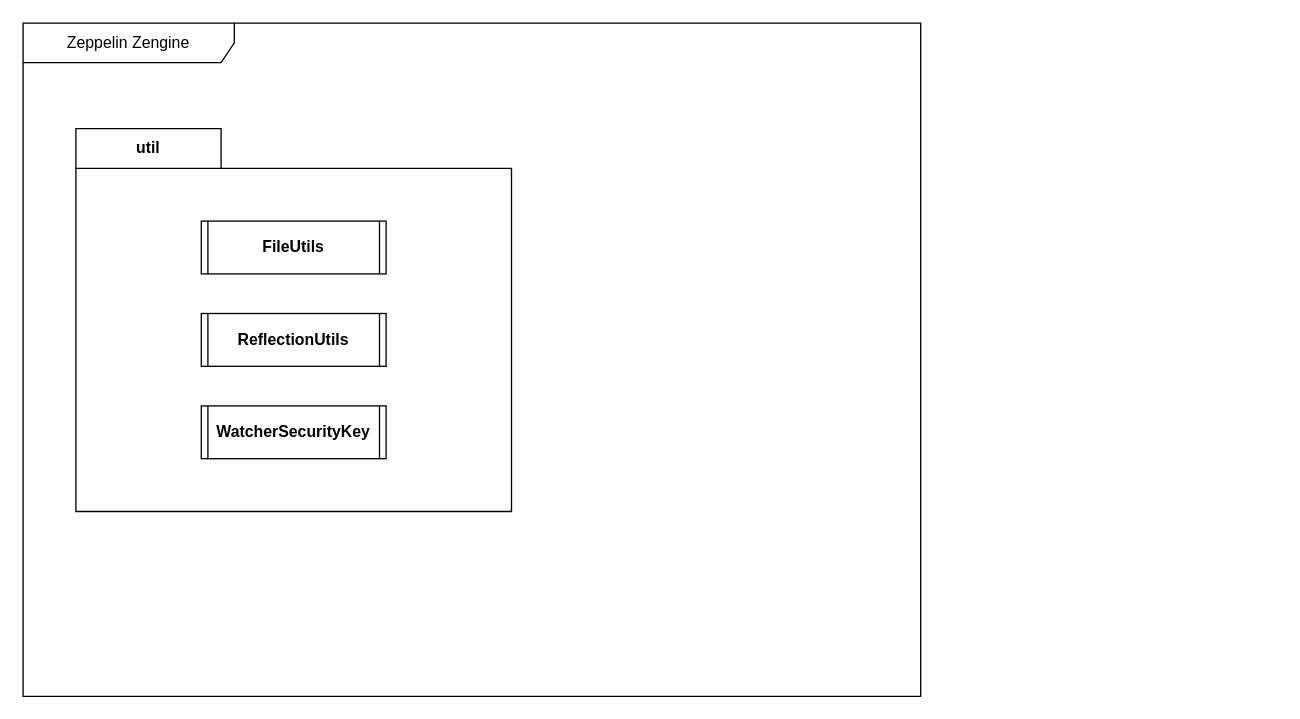
The draw.io diagram CAS/Drawio/web-notebook.drawio in robotics-intelligent-systems/jfxlegacy2modern, before the edit. Source tidied: cells renumbered, new cells numbered last; positions are measured from the earlier drawing's top-left corner, leaving out a move shared by most shapes. Both pictures are drawn from the tidied source at 132%, with x=0, y=0 at pixel (22, 22).
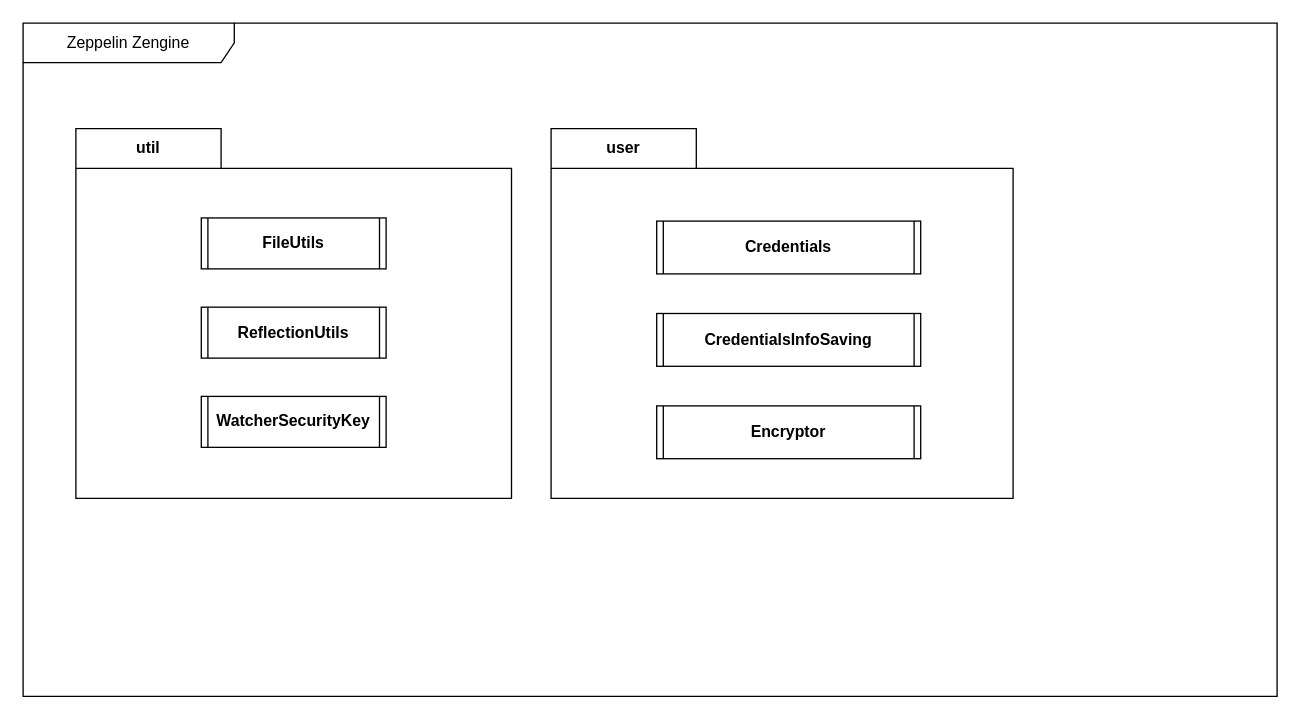
The same diagram, later.

Commit message (it also covers changes not shown here):
[fix] Including user package diagram

Diff of the diagram source:
```diff
@@
 <mxGraphModel>
   <root>
     <mxCell id="0" />
     <mxCell id="1" parent="0" />
     <mxCell id="2" value="Zeppelin Zengine" style="shape=umlFrame;whiteSpace=wrap;html=1;width=160;" parent="1" vertex="1">
-      <mxGeometry width="680" height="510" as="geometry" />
+      <mxGeometry width="950" height="510" as="geometry" />
     </mxCell>
     <mxCell id="3" value="util" style="shape=folder;fontStyle=1;tabWidth=110;tabHeight=30;tabPosition=left;html=1;boundedLbl=1;labelInHeader=1;whiteSpace=wrap;" parent="2" vertex="1">
-      <mxGeometry x="40" y="80" width="330" height="290" as="geometry" />
+      <mxGeometry x="40" y="80" width="330" height="280" as="geometry" />
     </mxCell>
     <mxCell id="4" value="FileUtils" style="shape=process2;fixedSize=1;size=5;fontStyle=1;html=1;whiteSpace=wrap;" parent="3" vertex="1">
-      <mxGeometry x="95" y="70" width="140" height="40" as="geometry" />
+      <mxGeometry x="95" y="67.6" width="140" height="38.6" as="geometry" />
     </mxCell>
     <mxCell id="5" value="ReflectionUtils" style="shape=process2;fixedSize=1;size=5;fontStyle=1;html=1;whiteSpace=wrap;" parent="3" vertex="1">
-      <mxGeometry x="95" y="140" width="140" height="40" as="geometry" />
+      <mxGeometry x="95" y="135.2" width="140" height="38.6" as="geometry" />
     </mxCell>
     <mxCell id="6" value="WatcherSecurityKey" style="shape=process2;fixedSize=1;size=5;fontStyle=1;html=1;whiteSpace=wrap;" parent="3" vertex="1">
-      <mxGeometry x="95" y="210" width="140" height="40" as="geometry" />
+      <mxGeometry x="95" y="202.8" width="140" height="38.6" as="geometry" />
     </mxCell>
+    <mxCell id="7" value="user" style="shape=folder;fontStyle=1;tabWidth=110;tabHeight=30;tabPosition=left;html=1;boundedLbl=1;labelInHeader=1;whiteSpace=wrap;" parent="2" vertex="1">
+      <mxGeometry x="400" y="80" width="350" height="280" as="geometry" />
+    </mxCell>
+    <mxCell id="8" value="Credentials" style="shape=process2;fixedSize=1;size=5;fontStyle=1;html=1;whiteSpace=wrap;" parent="7" vertex="1">
+      <mxGeometry x="80" y="70" width="200" height="40" as="geometry" />
+    </mxCell>
+    <mxCell id="9" value="CredentialsInfoSaving" style="shape=process2;fixedSize=1;size=5;fontStyle=1;html=1;whiteSpace=wrap;" parent="7" vertex="1">
+      <mxGeometry x="80" y="140" width="200" height="40" as="geometry" />
+    </mxCell>
+    <mxCell id="10" value="Encryptor" style="shape=process2;fixedSize=1;size=5;fontStyle=1;html=1;whiteSpace=wrap;" parent="7" vertex="1">
+      <mxGeometry x="80" y="210" width="200" height="40" as="geometry" />
+    </mxCell>
   </root>
 </mxGraphModel>
```
